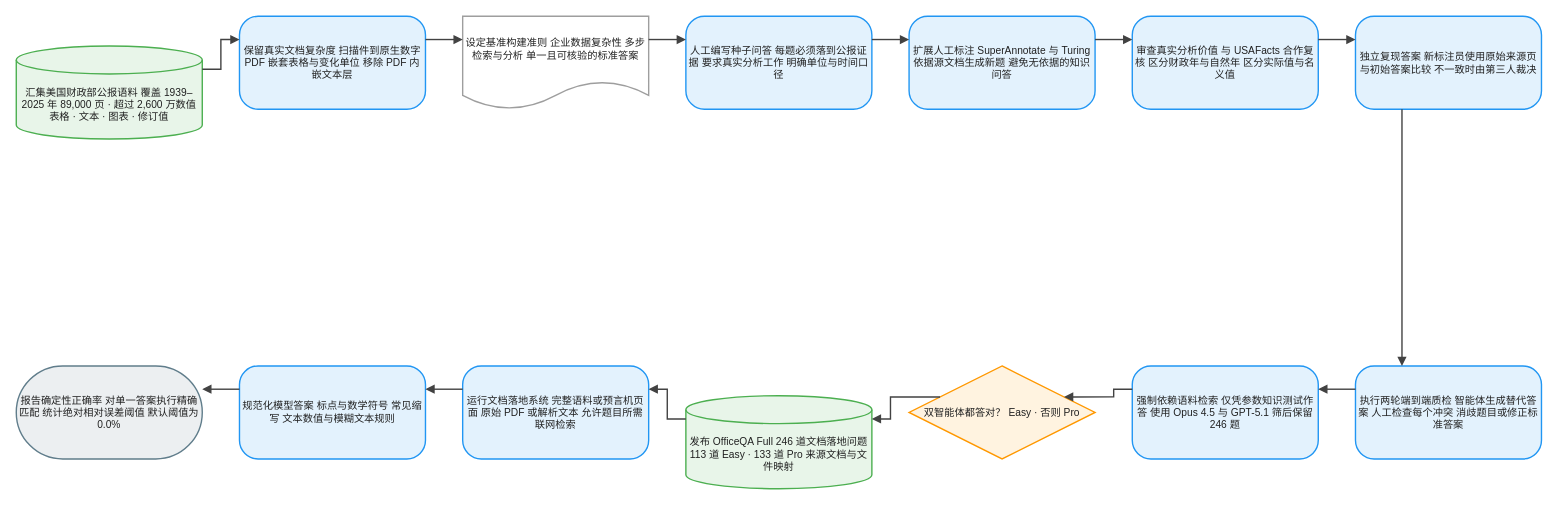
Earlier version of the draw.io diagram client/public/drawio/OfficeQA/OfficeQA.zh.drawio (joe1chief/benchmark-hub). Source tidied: cells renumbered, new cells numbered last; positions are measured from the earlier drawing's top-left corner, leaving out a move shared by most shapes. Both pictures are drawn from the tidied source at 93%, with x=0, y=0 at pixel (16, 16).
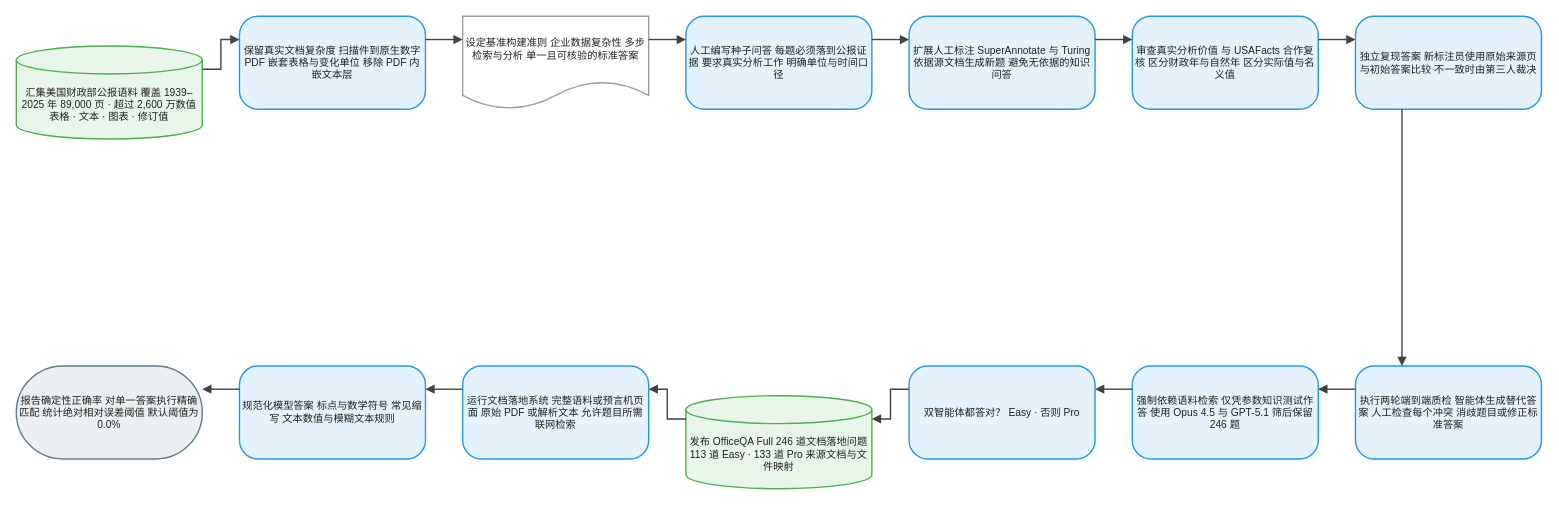
After the change.

Diff of the diagram source:
```diff
@@
-    <mxCell id="11" value="双智能体都答对？ Easy · 否则 Pro" style="rhombus;html=1;whiteSpace=wrap;fillColor=#FFF3E0;strokeColor=#FF9800;strokeWidth=1.5;fontColor=#212121;fontSize=11;fontFamily=Arial, Helvetica, sans-serif;verticalAlign=middle;align=center;" parent="1" vertex="1">
+    <mxCell id="11" value="双智能体都答对？ Easy · 否则 Pro" style="rounded=1;arcSize=20;html=1;whiteSpace=wrap;fillColor=#E3F2FD;strokeColor=#2196F3;strokeWidth=1.5;fontColor=#212121;fontSize=11;fontFamily=Arial, Helvetica, sans-serif;verticalAlign=middle;align=center;" parent="1" vertex="1">
       <mxGeometry x="960" y="376" width="200" height="100" as="geometry" />
     </mxCell>
```
